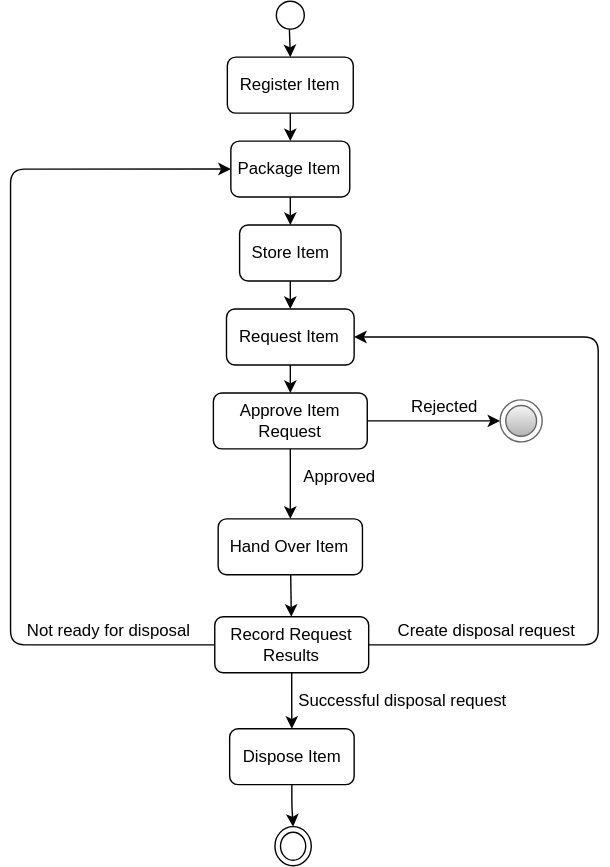
Before: documentation/process-overview.drawio.svg, a diagram exported from draw.io (Gadnex/documentation-example). Source tidied: cells renumbered, new cells last; positions are measured from the earlier drawing's top-left corner, leaving out a move shared by most shapes.
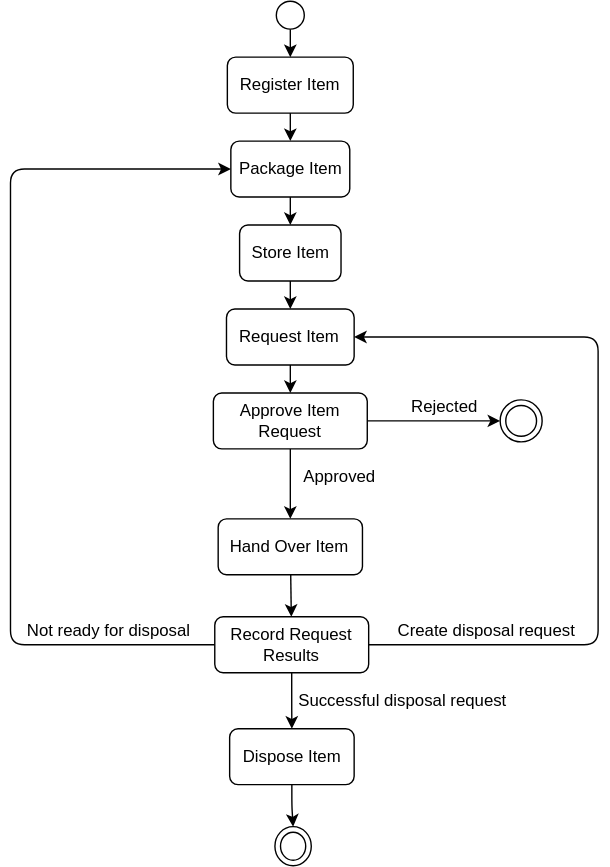
The same file after the commit.

Commit message:
light theme

Change to the diagram source:
```diff
@@ -90,7 +90,7 @@
     <mxCell id="27" value="Successful disposal request" style="text;html=1;align=center;verticalAlign=middle;strokeColor=none;fillColor=none;" parent="1" vertex="1">
       <mxGeometry x="200" y="490" width="160" height="20" as="geometry" />
     </mxCell>
-    <mxCell id="28" style="ellipse;html=1;shape=endState;fillColor=#f5f5f5;gradientColor=#b3b3b3;strokeColor=#666666;" parent="1" vertex="1">
+    <mxCell id="28" style="ellipse;html=1;shape=endState;" parent="1" vertex="1">
       <mxGeometry x="350" y="285" width="30" height="30" as="geometry" />
     </mxCell>
     <mxCell id="29" style="ellipse;html=1;shape=endState;" parent="1" vertex="1">
```
